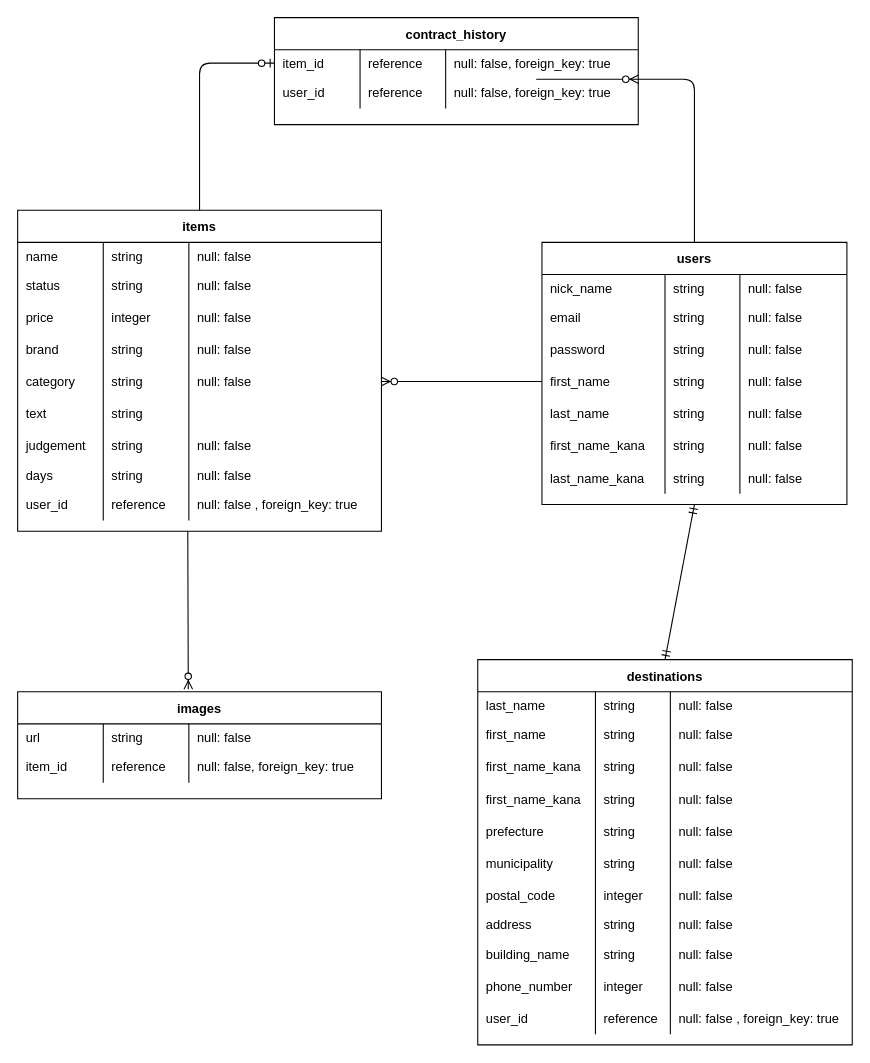
The draw.io diagram er.dio in AK0505/furima-33046, before the edit. Source tidied: cells renumbered, new cells numbered last; positions are measured from the earlier drawing's top-left corner, leaving out a move shared by most shapes. Both pictures are drawn from the tidied source at 107%, with x=0, y=0 at pixel (17, 17).
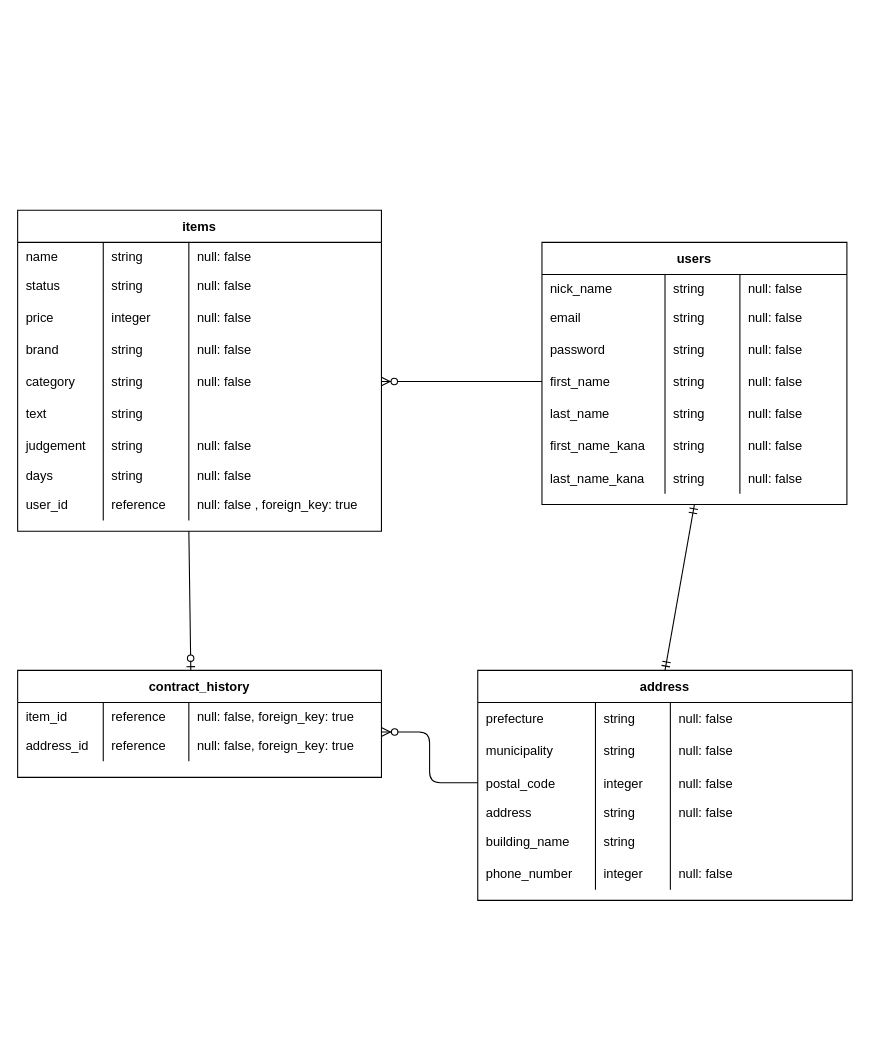
The same diagram, later.

Commit message (it also covers changes not shown here):
REDME.mdとer.dioファイルの修正

Unchanged cells that the change refers to:
```xml
<mxCell id="2" value="users" style="shape=table;startSize=30;childLayout=tableLayout;rowLines=0;fontStyle=1;align=center;" parent="1" vertex="1">
  <mxGeometry x="490" y="210" width="285" height="245" as="geometry" />
</mxCell>
<mxCell id="31" value="items" style="shape=table;startSize=30;childLayout=tableLayout;rowLines=0;fontStyle=1;align=center;" parent="1" vertex="1">
  <mxGeometry y="180" width="340" height="300" as="geometry" />
</mxCell>
<mxCell id="123" style="shape=partialRectangle;fillColor=none;top=0;left=0;bottom=0;right=0;points=[[0,0.5],[1,0.5]];portConstraint=eastwest;" parent="122" vertex="1">
  <mxGeometry y="30" width="340" height="25" as="geometry" />
</mxCell>
<mxCell id="127" style="shape=partialRectangle;fillColor=none;top=0;left=0;bottom=0;right=0;points=[[0,0.5],[1,0.5]];portConstraint=eastwest;" parent="122" vertex="1">
  <mxGeometry y="55" width="340" height="30" as="geometry" />
</mxCell>
```

Diff of the diagram source:
```diff
@@
-    <mxCell id="68" value="destinations" style="shape=table;startSize=30;childLayout=tableLayout;rowLines=0;fontStyle=1;align=center;" parent="1" vertex="1">
-      <mxGeometry x="430" y="600" width="350" height="360" as="geometry" />
+    <mxCell id="68" value="address" style="shape=table;startSize=30;childLayout=tableLayout;rowLines=0;fontStyle=1;align=center;" parent="1" vertex="1">
+      <mxGeometry x="430" y="610" width="350" height="215" as="geometry" />
     </mxCell>
-    <mxCell id="69" style="shape=partialRectangle;fillColor=none;top=0;left=0;bottom=0;right=0;" parent="68" vertex="1">
-      <mxGeometry y="30" width="350" height="25" as="geometry" />
-    </mxCell>
-    <mxCell id="70" value="last_name" style="shape=partialRectangle;fillColor=none;top=0;left=0;bottom=0;right=0;align=left;spacingLeft=6;overflow=hidden;" parent="69" vertex="1">
-      <mxGeometry width="110" height="25" as="geometry" />
-    </mxCell>
-    <mxCell id="71" value="string" style="shape=partialRectangle;fillColor=none;top=0;left=0;bottom=0;right=0;align=left;spacingLeft=6;overflow=hidden;" parent="69" vertex="1">
-      <mxGeometry x="110" width="70" height="25" as="geometry" />
-    </mxCell>
-    <mxCell id="72" value="null: false" style="shape=partialRectangle;fillColor=none;top=0;left=0;bottom=0;right=0;align=left;spacingLeft=6;overflow=hidden;" parent="69" vertex="1">
-      <mxGeometry x="180" width="170" height="25" as="geometry" />
-    </mxCell>
-    <mxCell id="73" style="shape=partialRectangle;fillColor=none;top=0;left=0;bottom=0;right=0;" parent="68" vertex="1">
-      <mxGeometry y="55" width="350" height="30" as="geometry" />
-    </mxCell>
-    <mxCell id="74" value="first_name" style="shape=partialRectangle;fillColor=none;top=0;left=0;bottom=0;right=0;align=left;spacingLeft=6;overflow=hidden;" parent="73" vertex="1">
-      <mxGeometry width="110" height="30" as="geometry" />
-    </mxCell>
-    <mxCell id="75" value="string" style="shape=partialRectangle;fillColor=none;top=0;left=0;bottom=0;right=0;align=left;spacingLeft=6;overflow=hidden;" parent="73" vertex="1">
-      <mxGeometry x="110" width="70" height="30" as="geometry" />
-    </mxCell>
-    <mxCell id="76" value="null: false" style="shape=partialRectangle;fillColor=none;top=0;left=0;bottom=0;right=0;align=left;spacingLeft=6;overflow=hidden;" parent="73" vertex="1">
-      <mxGeometry x="180" width="170" height="30" as="geometry" />
-    </mxCell>
-    <mxCell id="77" style="shape=partialRectangle;fillColor=none;top=0;left=0;bottom=0;right=0;" parent="68" vertex="1">
-      <mxGeometry y="85" width="350" height="30" as="geometry" />
-    </mxCell>
-    <mxCell id="78" value="first_name_kana" style="shape=partialRectangle;fillColor=none;top=0;left=0;bottom=0;right=0;align=left;spacingLeft=6;overflow=hidden;" parent="77" vertex="1">
-      <mxGeometry width="110" height="30" as="geometry" />
-    </mxCell>
-    <mxCell id="79" value="string" style="shape=partialRectangle;fillColor=none;top=0;left=0;bottom=0;right=0;align=left;spacingLeft=6;overflow=hidden;" parent="77" vertex="1">
-      <mxGeometry x="110" width="70" height="30" as="geometry" />
-    </mxCell>
-    <mxCell id="80" value="null: false" style="shape=partialRectangle;fillColor=none;top=0;left=0;bottom=0;right=0;align=left;spacingLeft=6;overflow=hidden;" parent="77" vertex="1">
-      <mxGeometry x="180" width="170" height="30" as="geometry" />
-    </mxCell>
-    <mxCell id="81" style="shape=partialRectangle;fillColor=none;top=0;left=0;bottom=0;right=0;" parent="68" vertex="1">
-      <mxGeometry y="115" width="350" height="30" as="geometry" />
-    </mxCell>
-    <mxCell id="82" value="first_name_kana" style="shape=partialRectangle;fillColor=none;top=0;left=0;bottom=0;right=0;align=left;spacingLeft=6;overflow=hidden;" parent="81" vertex="1">
-      <mxGeometry width="110" height="30" as="geometry" />
-    </mxCell>
-    <mxCell id="83" value="string" style="shape=partialRectangle;fillColor=none;top=0;left=0;bottom=0;right=0;align=left;spacingLeft=6;overflow=hidden;" parent="81" vertex="1">
-      <mxGeometry x="110" width="70" height="30" as="geometry" />
-    </mxCell>
-    <mxCell id="84" value="null: false" style="shape=partialRectangle;fillColor=none;top=0;left=0;bottom=0;right=0;align=left;spacingLeft=6;overflow=hidden;" parent="81" vertex="1">
-      <mxGeometry x="180" width="170" height="30" as="geometry" />
-    </mxCell>
     <mxCell id="85" style="shape=partialRectangle;fillColor=none;top=0;left=0;bottom=0;right=0;" parent="68" vertex="1">
-      <mxGeometry y="145" width="350" height="30" as="geometry" />
+      <mxGeometry y="30" width="350" height="30" as="geometry" />
     </mxCell>
@@
     <mxCell id="89" style="shape=partialRectangle;fillColor=none;top=0;left=0;bottom=0;right=0;" parent="68" vertex="1">
-      <mxGeometry y="175" width="350" height="30" as="geometry" />
+      <mxGeometry y="60" width="350" height="30" as="geometry" />
     </mxCell>
@@
     <mxCell id="93" style="shape=partialRectangle;fillColor=none;top=0;left=0;bottom=0;right=0;points=[[0,0.5],[1,0.5]];portConstraint=eastwest;" parent="68" vertex="1">
-      <mxGeometry y="205" width="350" height="30" as="geometry" />
+      <mxGeometry y="90" width="350" height="30" as="geometry" />
     </mxCell>
@@
     <mxCell id="97" style="shape=partialRectangle;fillColor=none;top=0;left=0;bottom=0;right=0;" parent="68" vertex="1">
-      <mxGeometry y="235" width="350" height="25" as="geometry" />
+      <mxGeometry y="120" width="350" height="25" as="geometry" />
     </mxCell>
@@
     <mxCell id="101" style="shape=partialRectangle;fillColor=none;top=0;left=0;bottom=0;right=0;" parent="68" vertex="1">
-      <mxGeometry y="260" width="350" height="30" as="geometry" />
+      <mxGeometry y="145" width="350" height="30" as="geometry" />
     </mxCell>
@@
-    <mxCell id="104" value="null: false " style="shape=partialRectangle;fillColor=none;top=0;left=0;bottom=0;right=0;align=left;spacingLeft=6;overflow=hidden;" parent="101" vertex="1">
+    <mxCell id="104" style="shape=partialRectangle;fillColor=none;top=0;left=0;bottom=0;right=0;align=left;spacingLeft=6;overflow=hidden;" parent="101" vertex="1">
       <mxGeometry x="180" width="170" height="30" as="geometry" />
     </mxCell>
-    <mxCell id="105" style="shape=partialRectangle;fillColor=none;top=0;left=0;bottom=0;right=0;" parent="68" vertex="1">
-      <mxGeometry y="290" width="350" height="30" as="geometry" />
-    </mxCell>
+    <mxCell id="136" style="shape=partialRectangle;fillColor=none;top=0;left=0;bottom=0;right=0;" parent="68" vertex="1">
+      <mxGeometry y="175" width="350" height="30" as="geometry" />
+    </mxCell>
-    <mxCell id="106" value="phone_number" style="shape=partialRectangle;fillColor=none;top=0;left=0;bottom=0;right=0;align=left;spacingLeft=6;overflow=hidden;" parent="105" vertex="1">
+    <mxCell id="106" value="phone_number" style="shape=partialRectangle;fillColor=none;top=0;left=0;bottom=0;right=0;align=left;spacingLeft=6;overflow=hidden;" parent="136" vertex="1">
       <mxGeometry width="110" height="30" as="geometry" />
     </mxCell>
-    <mxCell id="107" value="integer" style="shape=partialRectangle;fillColor=none;top=0;left=0;bottom=0;right=0;align=left;spacingLeft=6;overflow=hidden;" parent="105" vertex="1">
+    <mxCell id="107" value="integer" style="shape=partialRectangle;fillColor=none;top=0;left=0;bottom=0;right=0;align=left;spacingLeft=6;overflow=hidden;" parent="136" vertex="1">
       <mxGeometry x="110" width="70" height="30" as="geometry" />
     </mxCell>
-    <mxCell id="108" value="null: false" style="shape=partialRectangle;fillColor=none;top=0;left=0;bottom=0;right=0;align=left;spacingLeft=6;overflow=hidden;" parent="105" vertex="1">
-      <mxGeometry x="180" width="170" height="30" as="geometry" />
-    </mxCell>
-    <mxCell id="109" style="shape=partialRectangle;fillColor=none;top=0;left=0;bottom=0;right=0;" parent="68" vertex="1">
-      <mxGeometry y="320" width="350" height="30" as="geometry" />
-    </mxCell>
-    <mxCell id="110" value="user_id" style="shape=partialRectangle;fillColor=none;top=0;left=0;bottom=0;right=0;align=left;spacingLeft=6;overflow=hidden;" parent="109" vertex="1">
-      <mxGeometry width="110" height="30" as="geometry" />
-    </mxCell>
-    <mxCell id="111" value="reference" style="shape=partialRectangle;fillColor=none;top=0;left=0;bottom=0;right=0;align=left;spacingLeft=6;overflow=hidden;" parent="109" vertex="1">
-      <mxGeometry x="110" width="70" height="30" as="geometry" />
-    </mxCell>
-    <mxCell id="112" value="null: false , foreign_key: true" style="shape=partialRectangle;fillColor=none;top=0;left=0;bottom=0;right=0;align=left;spacingLeft=6;overflow=hidden;" parent="109" vertex="1">
-      <mxGeometry x="180" width="170" height="30" as="geometry" />
-    </mxCell>
-    <mxCell id="113" value="images" style="shape=table;startSize=30;childLayout=tableLayout;rowLines=0;fontStyle=1;align=center;" parent="1" vertex="1">
-      <mxGeometry y="630" width="340" height="100" as="geometry" />
-    </mxCell>
-    <mxCell id="114" style="shape=partialRectangle;fillColor=none;top=0;left=0;bottom=0;right=0;" parent="113" vertex="1">
-      <mxGeometry y="30" width="340" height="25" as="geometry" />
-    </mxCell>
-    <mxCell id="115" value="url" style="shape=partialRectangle;fillColor=none;top=0;left=0;bottom=0;right=0;align=left;spacingLeft=6;overflow=hidden;" parent="114" vertex="1">
-      <mxGeometry width="80" height="25" as="geometry" />
-    </mxCell>
-    <mxCell id="116" value="string" style="shape=partialRectangle;fillColor=none;top=0;left=0;bottom=0;right=0;align=left;spacingLeft=6;overflow=hidden;" parent="114" vertex="1">
-      <mxGeometry x="80" width="80" height="25" as="geometry" />
-    </mxCell>
-    <mxCell id="117" value="null: false" style="shape=partialRectangle;fillColor=none;top=0;left=0;bottom=0;right=0;align=left;spacingLeft=6;overflow=hidden;" parent="114" vertex="1">
-      <mxGeometry x="160" width="180" height="25" as="geometry" />
-    </mxCell>
-    <mxCell id="118" style="shape=partialRectangle;fillColor=none;top=0;left=0;bottom=0;right=0;" parent="113" vertex="1">
-      <mxGeometry y="55" width="340" height="30" as="geometry" />
-    </mxCell>
-    <mxCell id="119" value="item_id" style="shape=partialRectangle;fillColor=none;top=0;left=0;bottom=0;right=0;align=left;spacingLeft=6;overflow=hidden;" parent="118" vertex="1">
-      <mxGeometry width="80" height="30" as="geometry" />
-    </mxCell>
-    <mxCell id="120" value="reference" style="shape=partialRectangle;fillColor=none;top=0;left=0;bottom=0;right=0;align=left;spacingLeft=6;overflow=hidden;" parent="118" vertex="1">
-      <mxGeometry x="80" width="80" height="30" as="geometry" />
-    </mxCell>
-    <mxCell id="121" value="null: false, foreign_key: true" style="shape=partialRectangle;fillColor=none;top=0;left=0;bottom=0;right=0;align=left;spacingLeft=6;overflow=hidden;" parent="118" vertex="1">
-      <mxGeometry x="160" width="180" height="30" as="geometry" />
-    </mxCell>
+    <mxCell id="137" value="null: false" style="shape=partialRectangle;fillColor=none;top=0;left=0;bottom=0;right=0;align=left;spacingLeft=6;overflow=hidden;" parent="136" vertex="1">
+      <mxGeometry x="180" width="170" height="30" as="geometry" />
+    </mxCell>
     <mxCell id="122" value="contract_history" style="shape=table;startSize=30;childLayout=tableLayout;rowLines=0;fontStyle=1;align=center;" parent="1" vertex="1">
-      <mxGeometry x="240" width="340" height="100" as="geometry" />
+      <mxGeometry y="610" width="340" height="100" as="geometry" />
     </mxCell>
@@
-    <mxCell id="128" value="user_id" style="shape=partialRectangle;fillColor=none;top=0;left=0;bottom=0;right=0;align=left;spacingLeft=6;overflow=hidden;" parent="127" vertex="1">
+    <mxCell id="128" value="address_id" style="shape=partialRectangle;fillColor=none;top=0;left=0;bottom=0;right=0;align=left;spacingLeft=6;overflow=hidden;" parent="127" vertex="1">
       <mxGeometry width="80" height="30" as="geometry" />
     </mxCell>
@@
-    <mxCell id="132" style="fontSize=12;html=1;endArrow=ERzeroToMany;endFill=1;startSize=7;entryX=1.001;entryY=0.087;entryDx=0;entryDy=0;entryPerimeter=0;exitX=0.5;exitY=0;exitDx=0;exitDy=0;edgeStyle=orthogonalEdgeStyle;" parent="1" edge="1" source="2" target="127">
+    <mxCell id="132" style="fontSize=12;html=1;endArrow=ERzeroToMany;endFill=1;startSize=7;entryX=1.001;entryY=0.087;entryDx=0;entryDy=0;entryPerimeter=0;exitX=0;exitY=0.5;exitDx=0;exitDy=0;edgeStyle=orthogonalEdgeStyle;" parent="1" edge="1" source="93" target="127">
       <mxGeometry relative="1" as="geometry" />
     </mxCell>
-    <mxCell id="133" style="fontSize=12;html=1;endArrow=ERzeroToMany;endFill=1;entryX=0.469;entryY=-0.024;entryDx=0;entryDy=0;entryPerimeter=0;" parent="1" edge="1" target="113">
-      <mxGeometry relative="1" as="geometry">
-        <mxPoint x="159" y="480" as="sourcePoint" />
-      </mxGeometry>
-    </mxCell>
-    <mxCell id="134" style="edgeStyle=orthogonalEdgeStyle;fontSize=12;html=1;endArrow=ERzeroToOne;endFill=1;exitX=0.5;exitY=0;exitDx=0;exitDy=0;entryX=0;entryY=0.5;entryDx=0;entryDy=0;" parent="1" edge="1" source="31" target="123">
-      <mxGeometry relative="1" as="geometry" />
+    <mxCell id="134" style="fontSize=12;html=1;endArrow=ERzeroToOne;endFill=1;entryX=0.476;entryY=0.006;entryDx=0;entryDy=0;entryPerimeter=0;" parent="1" edge="1" target="122">
+      <mxGeometry relative="1" as="geometry">
+        <mxPoint x="160" y="480" as="sourcePoint" />
+      </mxGeometry>
     </mxCell>
```
